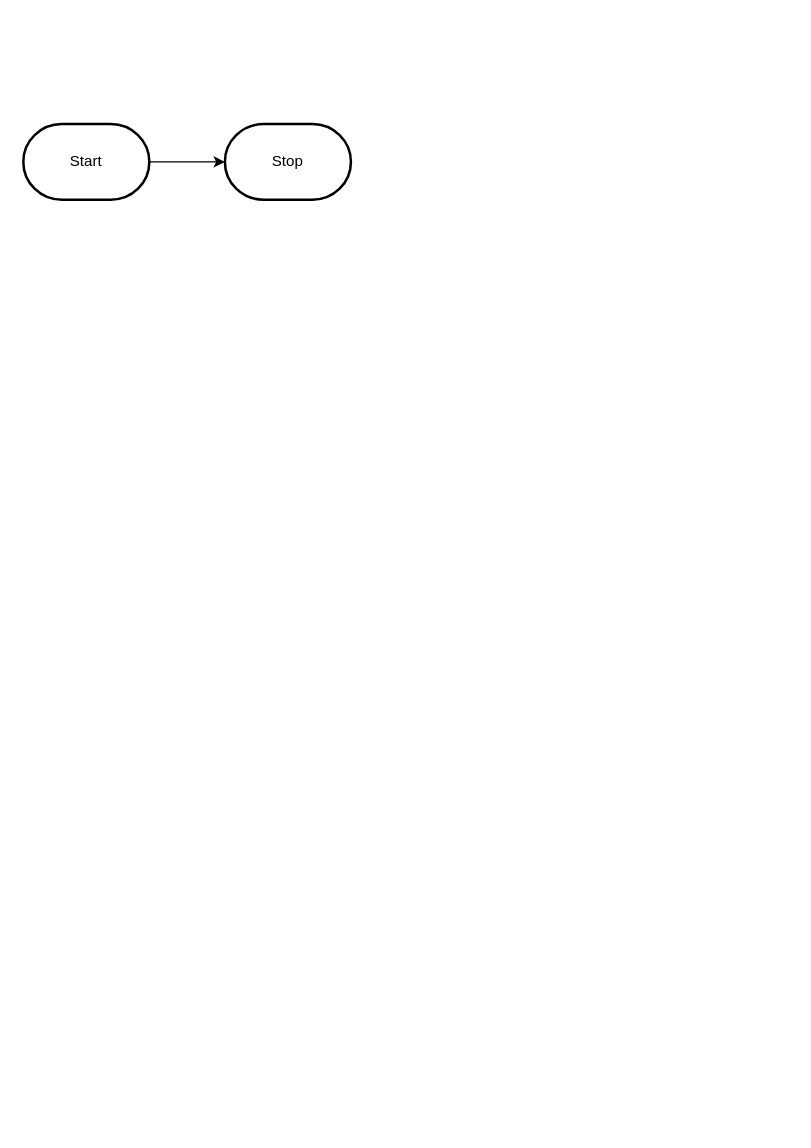
Earlier version of the draw.io diagram design/flowchart.drawio (MTHS-ICD2O-1-2023/ICD2O-Unit-5-05-manya-feng). Source tidied: cells renumbered, new cells numbered last; positions are measured from the earlier drawing's top-left corner, leaving out a move shared by most shapes. Both pictures are drawn from the tidied source at 126%, with x=0, y=0 at pixel (23, 123).
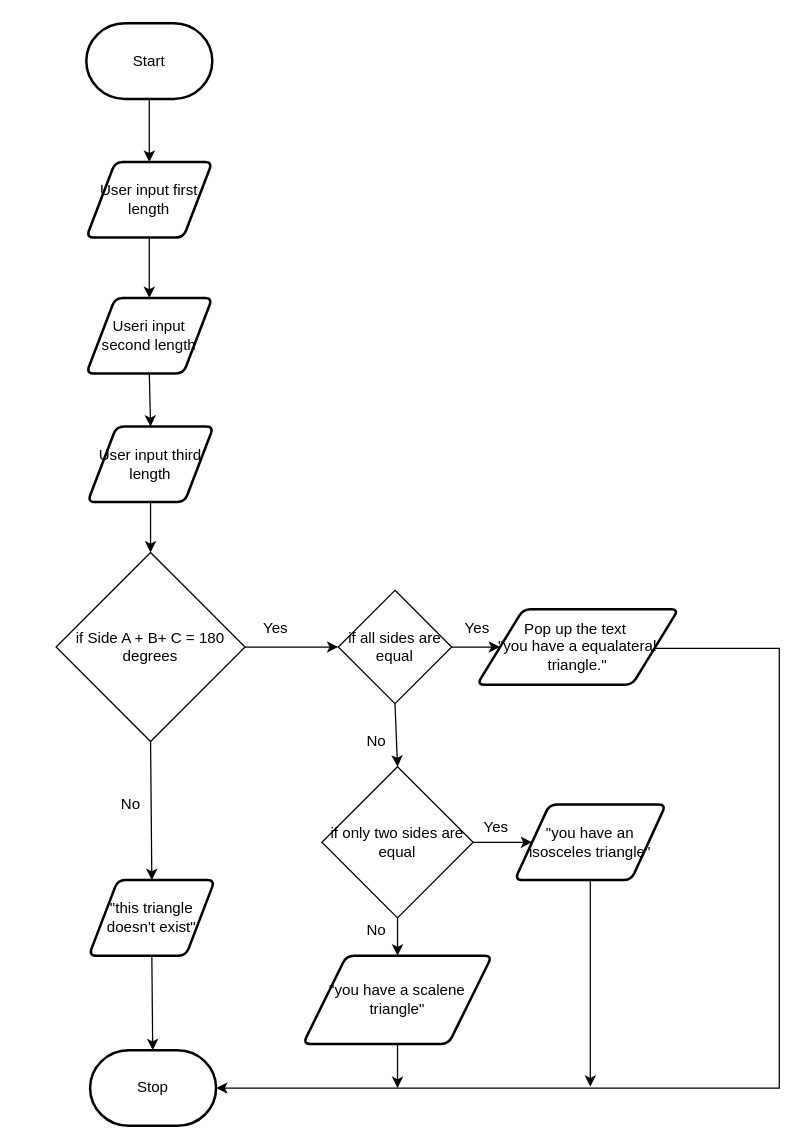
The same page after the edit.

What changed in the source:
```diff
@@
-    <mxCell id="2" style="edgeStyle=orthogonalEdgeStyle;html=1;rounded=0;" parent="1" edge="1" source="3" target="4">
-      <mxGeometry relative="1" as="geometry" />
-    </mxCell>
+    <mxCell id="5" style="edgeStyle=none;html=1;exitX=0.5;exitY=1;exitDx=0;exitDy=0;exitPerimeter=0;entryX=0.5;entryY=0;entryDx=0;entryDy=0;" parent="1" edge="1" source="3" target="2">
+      <mxGeometry relative="1" as="geometry" />
+    </mxCell>
     <mxCell id="3" value="Start" style="strokeWidth=2;html=1;shape=mxgraph.flowchart.terminator;whiteSpace=wrap;" parent="1" vertex="1">
-      <mxGeometry width="100" height="60" as="geometry" />
+      <mxGeometry x="50" y="-80" width="100" height="60" as="geometry" />
     </mxCell>
     <mxCell id="4" value="Stop" style="strokeWidth=2;html=1;shape=mxgraph.flowchart.terminator;whiteSpace=wrap;" parent="1" vertex="1">
-      <mxGeometry x="160" width="100" height="60" as="geometry" />
+      <mxGeometry x="53" y="735" width="100" height="60" as="geometry" />
     </mxCell>
+    <mxCell id="6" style="edgeStyle=none;html=1;exitX=0.5;exitY=1;exitDx=0;exitDy=0;entryX=0.5;entryY=0;entryDx=0;entryDy=0;" parent="1" edge="1" source="2" target="8">
+      <mxGeometry relative="1" as="geometry" />
+    </mxCell>
+    <mxCell id="2" value="User input first length" style="shape=parallelogram;html=1;strokeWidth=2;perimeter=parallelogramPerimeter;whiteSpace=wrap;rounded=1;arcSize=12;size=0.23;" parent="1" vertex="1">
+      <mxGeometry x="50" y="30" width="100" height="60" as="geometry" />
+    </mxCell>
+    <mxCell id="7" style="edgeStyle=none;html=1;exitX=0.5;exitY=1;exitDx=0;exitDy=0;entryX=0.5;entryY=0;entryDx=0;entryDy=0;" parent="1" edge="1" source="8" target="10">
+      <mxGeometry relative="1" as="geometry" />
+    </mxCell>
+    <mxCell id="8" value="Useri input second length" style="shape=parallelogram;html=1;strokeWidth=2;perimeter=parallelogramPerimeter;whiteSpace=wrap;rounded=1;arcSize=12;size=0.23;" parent="1" vertex="1">
+      <mxGeometry x="50" y="138" width="100" height="60" as="geometry" />
+    </mxCell>
+    <mxCell id="9" style="edgeStyle=none;html=1;exitX=0.5;exitY=1;exitDx=0;exitDy=0;entryX=0.5;entryY=0;entryDx=0;entryDy=0;" parent="1" edge="1" source="10" target="13">
+      <mxGeometry relative="1" as="geometry" />
+    </mxCell>
+    <mxCell id="10" value="User input third length" style="shape=parallelogram;html=1;strokeWidth=2;perimeter=parallelogramPerimeter;whiteSpace=wrap;rounded=1;arcSize=12;size=0.23;" parent="1" vertex="1">
+      <mxGeometry x="51" y="240" width="100" height="60" as="geometry" />
+    </mxCell>
+    <mxCell id="11" style="edgeStyle=none;html=1;exitX=1;exitY=0.5;exitDx=0;exitDy=0;entryX=0;entryY=0.5;entryDx=0;entryDy=0;" parent="1" edge="1" source="13" target="16">
+      <mxGeometry relative="1" as="geometry" />
+    </mxCell>
+    <mxCell id="12" style="edgeStyle=none;html=1;exitX=0.5;exitY=1;exitDx=0;exitDy=0;entryX=0.5;entryY=0;entryDx=0;entryDy=0;" parent="1" edge="1" source="13" target="22">
+      <mxGeometry relative="1" as="geometry" />
+    </mxCell>
+    <mxCell id="13" value="if Side A + B+ C = 180 degrees" style="rhombus;whiteSpace=wrap;html=1;" parent="1" vertex="1">
+      <mxGeometry x="26" y="340" width="150" height="150" as="geometry" />
+    </mxCell>
+    <mxCell id="14" style="edgeStyle=none;html=1;exitX=1;exitY=0.5;exitDx=0;exitDy=0;entryX=0;entryY=0.5;entryDx=0;entryDy=0;" parent="1" edge="1" source="16" target="19">
+      <mxGeometry relative="1" as="geometry" />
+    </mxCell>
+    <mxCell id="15" style="edgeStyle=none;html=1;exitX=0.5;exitY=1;exitDx=0;exitDy=0;entryX=0.5;entryY=0;entryDx=0;entryDy=0;" parent="1" edge="1" source="16" target="26">
+      <mxGeometry relative="1" as="geometry" />
+    </mxCell>
+    <mxCell id="16" value="if all sides are equal" style="rhombus;whiteSpace=wrap;html=1;" parent="1" vertex="1">
+      <mxGeometry x="250" y="370" width="90" height="90" as="geometry" />
+    </mxCell>
+    <mxCell id="17" value="Yes" style="text;html=1;align=center;verticalAlign=middle;strokeColor=none;fillColor=none;" parent="1" vertex="1">
+      <mxGeometry x="180" y="385" width="40" height="30" as="geometry" />
+    </mxCell>
+    <mxCell id="18" style="html=1;exitX=1;exitY=0.5;exitDx=0;exitDy=0;rounded=0;entryX=1;entryY=0.5;entryDx=0;entryDy=0;entryPerimeter=0;" parent="1" edge="1" target="4">
+      <mxGeometry relative="1" as="geometry">
+        <mxPoint x="501.6" y="416" as="sourcePoint" />
+        <Array as="points">
+          <mxPoint x="600" y="416" />
+          <mxPoint x="600" y="765" />
+        </Array>
+      </mxGeometry>
+    </mxCell>
+    <mxCell id="19" value="Pop up the text&amp;nbsp;&lt;br&gt;&quot;you have a equalateral triangle.&quot;" style="shape=parallelogram;html=1;strokeWidth=2;perimeter=parallelogramPerimeter;whiteSpace=wrap;rounded=1;arcSize=12;size=0.23;" parent="1" vertex="1">
+      <mxGeometry x="360" y="385" width="160" height="60" as="geometry" />
+    </mxCell>
+    <mxCell id="20" value="Yes" style="text;html=1;align=center;verticalAlign=middle;strokeColor=none;fillColor=none;" parent="1" vertex="1">
+      <mxGeometry x="340" y="385" width="40" height="30" as="geometry" />
+    </mxCell>
+    <mxCell id="21" style="edgeStyle=none;html=1;exitX=0.5;exitY=1;exitDx=0;exitDy=0;" parent="1" edge="1" source="22" target="4">
+      <mxGeometry relative="1" as="geometry" />
+    </mxCell>
+    <mxCell id="22" value="&quot;this triangle doesn't exist&quot;" style="shape=parallelogram;html=1;strokeWidth=2;perimeter=parallelogramPerimeter;whiteSpace=wrap;rounded=1;arcSize=12;size=0.23;" parent="1" vertex="1">
+      <mxGeometry x="52" y="600" width="100" height="60" as="geometry" />
+    </mxCell>
+    <mxCell id="23" value="No" style="text;html=1;align=center;verticalAlign=middle;strokeColor=none;fillColor=none;" parent="1" vertex="1">
+      <mxGeometry x="65" y="525" width="40" height="30" as="geometry" />
+    </mxCell>
+    <mxCell id="24" style="edgeStyle=none;html=1;exitX=0.5;exitY=1;exitDx=0;exitDy=0;" parent="1" edge="1" source="26" target="29">
+      <mxGeometry relative="1" as="geometry" />
+    </mxCell>
+    <mxCell id="25" style="edgeStyle=none;html=1;exitX=1;exitY=0.5;exitDx=0;exitDy=0;entryX=0;entryY=0.5;entryDx=0;entryDy=0;" parent="1" edge="1" source="26" target="31">
+      <mxGeometry relative="1" as="geometry" />
+    </mxCell>
+    <mxCell id="26" value="if only two sides are equal" style="rhombus;whiteSpace=wrap;html=1;" parent="1" vertex="1">
+      <mxGeometry x="237" y="510" width="120" height="120" as="geometry" />
+    </mxCell>
+    <mxCell id="27" value="No" style="text;html=1;align=center;verticalAlign=middle;strokeColor=none;fillColor=none;" parent="1" vertex="1">
+      <mxGeometry x="260" y="475" width="40" height="30" as="geometry" />
+    </mxCell>
+    <mxCell id="28" style="edgeStyle=none;rounded=0;html=1;exitX=0.5;exitY=1;exitDx=0;exitDy=0;" parent="1" edge="1" source="29">
+      <mxGeometry relative="1" as="geometry">
+        <mxPoint x="297" y="765" as="targetPoint" />
+      </mxGeometry>
+    </mxCell>
+    <mxCell id="29" value="&quot;you have a scalene triangle&quot;" style="shape=parallelogram;html=1;strokeWidth=2;perimeter=parallelogramPerimeter;whiteSpace=wrap;rounded=1;arcSize=12;size=0.23;" parent="1" vertex="1">
+      <mxGeometry x="222" y="660" width="150" height="70" as="geometry" />
+    </mxCell>
+    <mxCell id="30" style="edgeStyle=none;rounded=0;html=1;exitX=0.5;exitY=1;exitDx=0;exitDy=0;" parent="1" edge="1" source="31">
+      <mxGeometry relative="1" as="geometry">
+        <mxPoint x="450" y="764" as="targetPoint" />
+      </mxGeometry>
+    </mxCell>
+    <mxCell id="31" value="&quot;you have an isosceles triangle&quot;" style="shape=parallelogram;html=1;strokeWidth=2;perimeter=parallelogramPerimeter;whiteSpace=wrap;rounded=1;arcSize=12;size=0.23;" parent="1" vertex="1">
+      <mxGeometry x="390" y="540" width="120" height="60" as="geometry" />
+    </mxCell>
+    <mxCell id="32" value="No" style="text;html=1;align=center;verticalAlign=middle;strokeColor=none;fillColor=none;" parent="1" vertex="1">
+      <mxGeometry x="260" y="625" width="40" height="30" as="geometry" />
+    </mxCell>
+    <mxCell id="33" value="Yes" style="text;html=1;align=center;verticalAlign=middle;strokeColor=none;fillColor=none;" parent="1" vertex="1">
+      <mxGeometry x="355" y="543" width="40" height="30" as="geometry" />
+    </mxCell>
```
